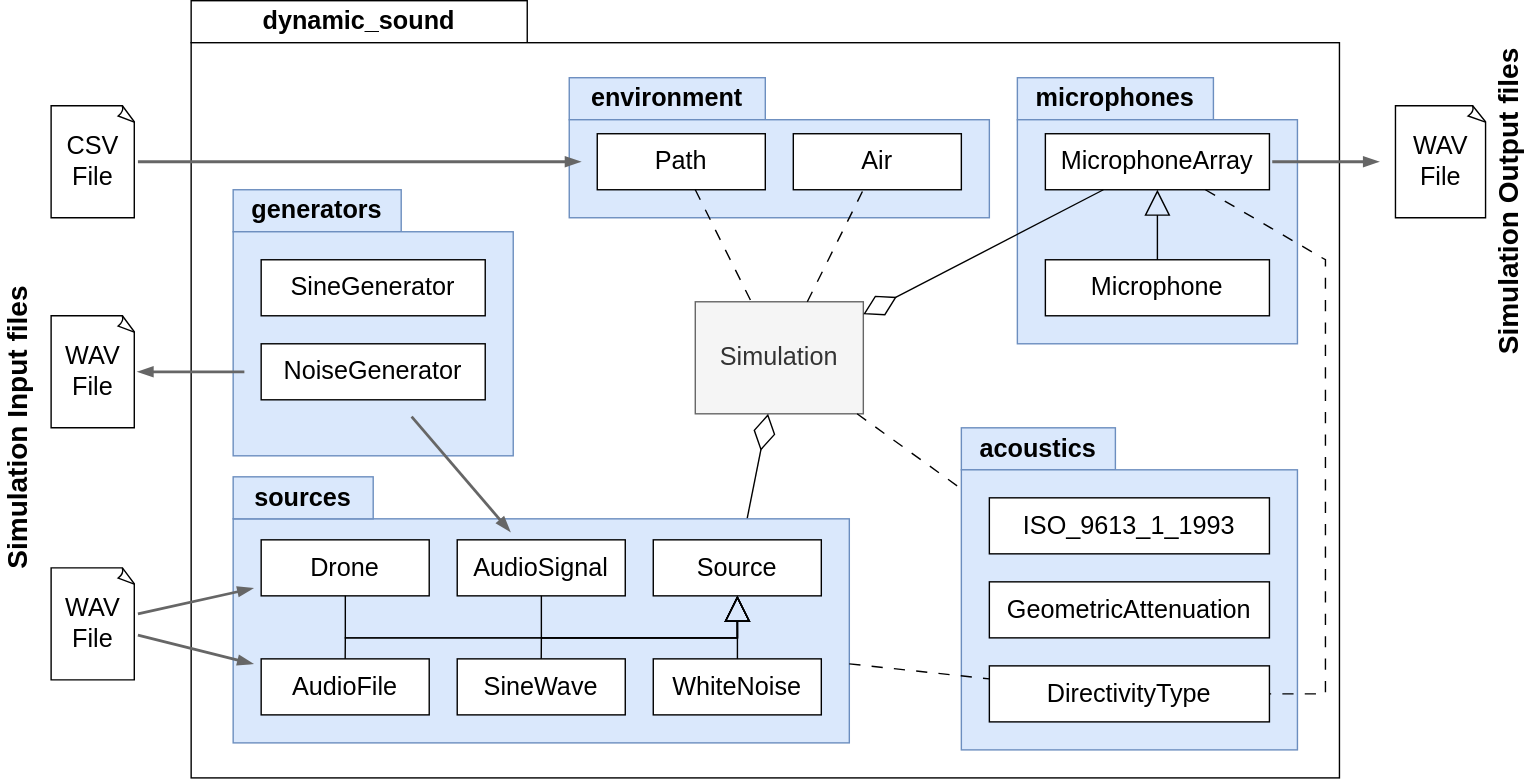
Before: docs/_static/img/uml_simplified.drawio.svg, a diagram exported from draw.io (vlsi-nanocomputing/dynamic-sound). Source tidied: cells renumbered, new cells last; positions are measured from the earlier drawing's top-left corner, leaving out a move shared by most shapes.
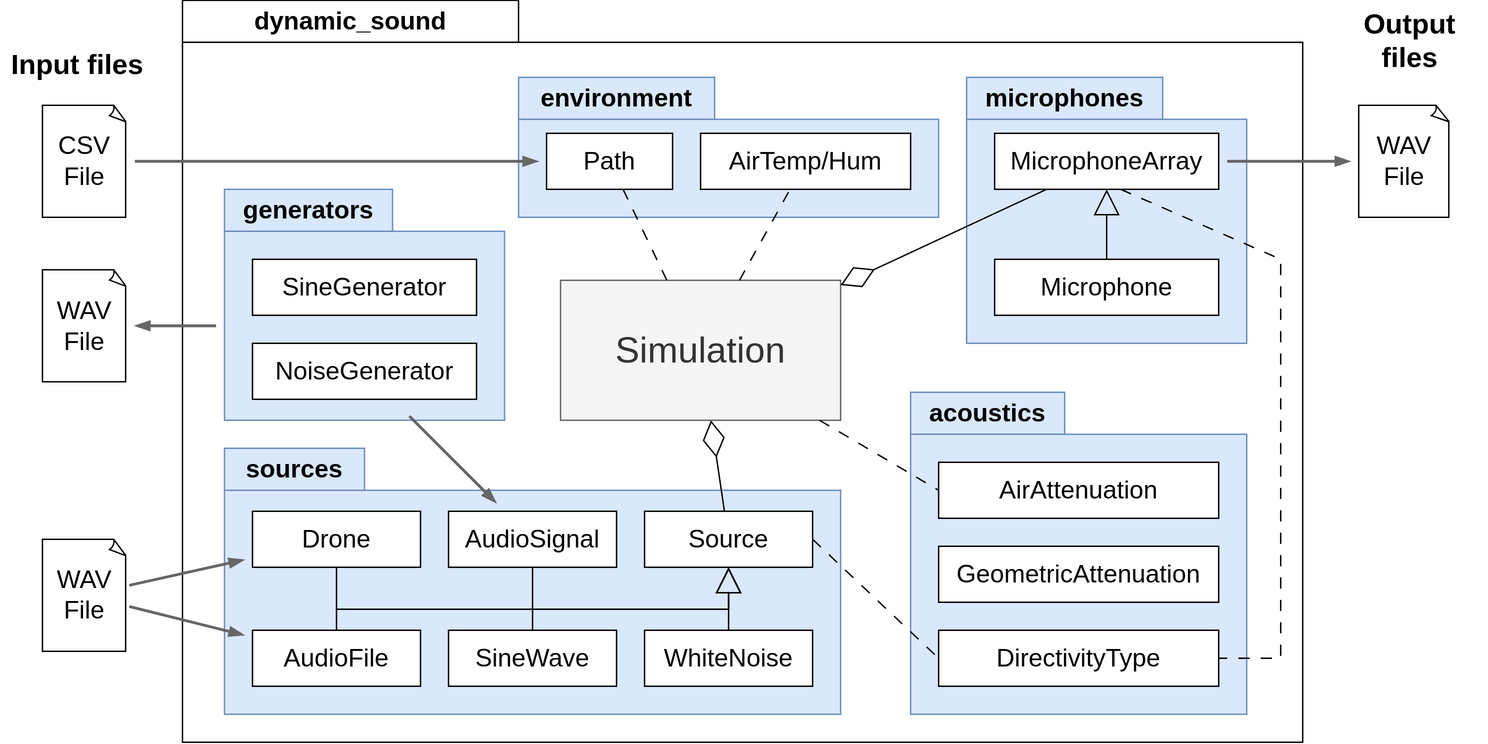
The same diagram one commit later.

What changed in the source:
```diff
@@ -2,72 +2,66 @@
   <root>
     <mxCell id="0" />
     <mxCell id="1" parent="0" />
-    <mxCell id="2" value="Simulation Output files" style="rounded=1;whiteSpace=wrap;html=1;dashed=1;strokeWidth=1;labelPosition=right;verticalLabelPosition=middle;align=left;verticalAlign=middle;fontSize=20;fontStyle=1;fillColor=none;strokeColor=none;horizontal=0;" parent="1" vertex="1">
-      <mxGeometry x="950" y="15" width="60" height="240" as="geometry" />
+    <mxCell id="2" value="Output files" style="rounded=1;whiteSpace=wrap;html=1;dashed=1;strokeWidth=1;labelPosition=center;verticalLabelPosition=top;align=center;verticalAlign=bottom;fontSize=20;fontStyle=1;fillColor=none;strokeColor=none;horizontal=1;" parent="1" vertex="1">
+      <mxGeometry x="920" y="55" width="112.5" height="195" as="geometry" />
     </mxCell>
-    <mxCell id="3" value="Simulation Input files" style="rounded=1;whiteSpace=wrap;html=1;dashed=1;strokeWidth=2;labelPosition=left;verticalLabelPosition=middle;align=center;verticalAlign=middle;fontSize=20;fontStyle=1;fillColor=none;strokeColor=none;horizontal=0;spacing=2;spacingTop=0;" parent="1" vertex="1">
-      <mxGeometry x="10" y="55" width="70" height="500" as="geometry" />
+    <mxCell id="3" value="Input files" style="rounded=1;whiteSpace=wrap;html=1;dashed=1;strokeWidth=2;labelPosition=center;verticalLabelPosition=top;align=center;verticalAlign=bottom;fontSize=20;fontStyle=1;fillColor=none;strokeColor=none;horizontal=1;spacing=2;spacingTop=0;" parent="1" vertex="1">
+      <mxGeometry x="-30" y="60" width="110" height="450" as="geometry" />
     </mxCell>
     <mxCell id="4" value="dynamic_sound" style="rounded=0;whiteSpace=wrap;html=1;fontSize=18;fontStyle=1;" parent="1" vertex="1">
       <mxGeometry x="100" width="240" height="30" as="geometry" />
     </mxCell>
     <mxCell id="5" style="rounded=0;whiteSpace=wrap;html=1;" parent="1" vertex="1">
-      <mxGeometry x="100" y="30" width="820" height="525" as="geometry" />
+      <mxGeometry x="100" y="30" width="800" height="500" as="geometry" />
     </mxCell>
     <mxCell id="6" value="environment" style="rounded=0;whiteSpace=wrap;html=1;fontSize=18;fontStyle=1;fillColor=#dae8fc;strokeColor=#6c8ebf;" parent="1" vertex="1">
-      <mxGeometry x="370" y="55" width="140" height="30" as="geometry" />
+      <mxGeometry x="340" y="55" width="140" height="30" as="geometry" />
     </mxCell>
     <mxCell id="7" style="rounded=0;whiteSpace=wrap;html=1;fontSize=18;fontStyle=1;fillColor=#dae8fc;strokeColor=#6c8ebf;" parent="1" vertex="1">
-      <mxGeometry x="370" y="85" width="300" height="70" as="geometry" />
+      <mxGeometry x="340" y="85" width="300" height="70" as="geometry" />
     </mxCell>
     <mxCell id="8" value="acoustics" style="rounded=0;whiteSpace=wrap;html=1;fontSize=18;fontStyle=1;fillColor=#dae8fc;strokeColor=#6c8ebf;" parent="1" vertex="1">
-      <mxGeometry x="650" y="305" width="110" height="30" as="geometry" />
+      <mxGeometry x="620" y="280" width="110" height="30" as="geometry" />
     </mxCell>
     <mxCell id="9" style="rounded=0;whiteSpace=wrap;html=1;fillColor=#dae8fc;strokeColor=#6c8ebf;" parent="1" vertex="1">
-      <mxGeometry x="650" y="335" width="240" height="200" as="geometry" />
+      <mxGeometry x="620" y="310" width="240" height="200" as="geometry" />
     </mxCell>
     <mxCell id="10" value="microphones" style="rounded=0;whiteSpace=wrap;html=1;fontSize=18;fontStyle=1;fillColor=#dae8fc;strokeColor=#6c8ebf;" parent="1" vertex="1">
-      <mxGeometry x="690" y="55" width="140" height="30" as="geometry" />
+      <mxGeometry x="660" y="55" width="140" height="30" as="geometry" />
     </mxCell>
     <mxCell id="11" style="rounded=0;whiteSpace=wrap;html=1;fillColor=#dae8fc;strokeColor=#6c8ebf;" parent="1" vertex="1">
-      <mxGeometry x="690" y="85" width="200" height="160" as="geometry" />
+      <mxGeometry x="660" y="85" width="200" height="160" as="geometry" />
     </mxCell>
     <mxCell id="12" value="generators" style="rounded=0;whiteSpace=wrap;html=1;fontSize=18;fontStyle=1;fillColor=#dae8fc;strokeColor=#6c8ebf;" parent="1" vertex="1">
       <mxGeometry x="130" y="135" width="120" height="30" as="geometry" />
     </mxCell>
     <mxCell id="13" style="rounded=0;whiteSpace=wrap;html=1;fillColor=#dae8fc;strokeColor=#6c8ebf;" parent="1" vertex="1">
-      <mxGeometry x="130" y="165" width="200" height="160" as="geometry" />
+      <mxGeometry x="130" y="165" width="200" height="135" as="geometry" />
     </mxCell>
-    <mxCell id="14" value="Simulation" style="rounded=0;whiteSpace=wrap;html=1;fontSize=18;fontStyle=0;fillColor=#f5f5f5;strokeColor=#666666;fontColor=#333333;" parent="1" vertex="1">
-      <mxGeometry x="460" y="215" width="120" height="80" as="geometry" />
+    <mxCell id="14" value="&lt;font style=&quot;font-size: 26px;&quot;&gt;Simulation&lt;/font&gt;" style="rounded=0;whiteSpace=wrap;html=1;fontSize=18;fontStyle=0;fillColor=#f5f5f5;strokeColor=#666666;fontColor=#333333;" parent="1" vertex="1">
+      <mxGeometry x="370" y="200" width="200" height="100" as="geometry" />
     </mxCell>
     <mxCell id="15" value="Microphone" style="rounded=0;whiteSpace=wrap;html=1;fontSize=18;fontStyle=0;" parent="1" vertex="1">
-      <mxGeometry x="710" y="185" width="160" height="40" as="geometry" />
+      <mxGeometry x="680" y="185" width="160" height="40" as="geometry" />
     </mxCell>
     <mxCell id="16" value="MicrophoneArray" style="rounded=0;whiteSpace=wrap;html=1;fontSize=18;fontStyle=0;" parent="1" vertex="1">
-      <mxGeometry x="710" y="95" width="160" height="40" as="geometry" />
+      <mxGeometry x="680" y="95" width="160" height="40" as="geometry" />
     </mxCell>
     <mxCell id="17" style="endArrow=block;endSize=16;endFill=0;html=1;rounded=0;" parent="1" edge="1" source="15" target="16">
       <mxGeometry x="-0.02" y="-29" relative="1" as="geometry" />
     </mxCell>
-    <mxCell id="18" value="ISO_9613_1_1993" style="rounded=0;whiteSpace=wrap;html=1;fontSize=18;fontStyle=0;" parent="1" vertex="1">
-      <mxGeometry x="670" y="355" width="200" height="40" as="geometry" />
+    <mxCell id="18" value="AirAttenuation" style="rounded=0;whiteSpace=wrap;html=1;fontSize=18;fontStyle=0;" parent="1" vertex="1">
+      <mxGeometry x="640" y="330" width="200" height="40" as="geometry" />
     </mxCell>
     <mxCell id="19" value="Path" style="rounded=0;whiteSpace=wrap;html=1;fontSize=18;fontStyle=0;" parent="1" vertex="1">
-      <mxGeometry x="390" y="95" width="120" height="40" as="geometry" />
+      <mxGeometry x="360" y="95" width="90" height="40" as="geometry" />
     </mxCell>
-    <mxCell id="20" value="Air" style="rounded=0;whiteSpace=wrap;html=1;fontSize=18;fontStyle=0;" parent="1" vertex="1">
-      <mxGeometry x="530" y="95" width="120" height="40" as="geometry" />
+    <mxCell id="20" value="AirTemp/Hum" style="rounded=0;whiteSpace=wrap;html=1;fontSize=18;fontStyle=0;" parent="1" vertex="1">
+      <mxGeometry x="470" y="95" width="150" height="40" as="geometry" />
     </mxCell>
-    <mxCell id="21" style="endArrow=none;endSize=12;html=1;rounded=0;endFill=0;dashed=1;dashPattern=8 8;" parent="1" edge="1" source="14" target="9">
-      <mxGeometry relative="1" as="geometry" />
-    </mxCell>
     <mxCell id="22" style="endArrow=none;startArrow=diamondThin;endFill=0;startFill=0;html=1;verticalAlign=bottom;labelBackgroundColor=none;strokeWidth=1;startSize=24;endSize=8;rounded=0;" parent="1" edge="1" source="14" target="16">
       <mxGeometry relative="1" as="geometry" />
     </mxCell>
-    <mxCell id="23" style="endArrow=none;startArrow=diamondThin;endFill=0;startFill=0;html=1;verticalAlign=bottom;labelBackgroundColor=none;strokeWidth=1;startSize=24;endSize=8;rounded=0;" parent="1" edge="1" source="14" target="35">
-      <mxGeometry relative="1" as="geometry" />
-    </mxCell>
     <mxCell id="24" style="endArrow=none;startArrow=none;endFill=0;startFill=0;html=1;verticalAlign=bottom;labelBackgroundColor=none;strokeWidth=1;startSize=24;endSize=8;rounded=0;dashed=1;dashPattern=8 8;" parent="1" edge="1" source="14" target="20">
       <mxGeometry relative="1" as="geometry" />
     </mxCell>
@@ -75,61 +69,61 @@
       <mxGeometry relative="1" as="geometry" />
     </mxCell>
     <mxCell id="26" value="WAV File" style="whiteSpace=wrap;html=1;shape=mxgraph.basic.document;fontSize=18;" parent="1" vertex="1">
-      <mxGeometry x="960" y="75" width="65" height="80" as="geometry" />
+      <mxGeometry x="940" y="75" width="65" height="80" as="geometry" />
     </mxCell>
     <mxCell id="27" value="&lt;font style=&quot;font-size: 18px;&quot;&gt;CSV File&lt;/font&gt;" style="whiteSpace=wrap;html=1;shape=mxgraph.basic.document;" parent="1" vertex="1">
       <mxGeometry y="75" width="60" height="80" as="geometry" />
     </mxCell>
-    <mxCell id="28" style="edgeStyle=orthogonalEdgeStyle;rounded=0;jettySize=auto;html=1;strokeWidth=2;endArrow=none;endFill=0;startArrow=blockThin;startFill=1;shape=pipe;targetPerimeterSpacing=2;sourcePerimeterSpacing=12;startSize=6;fillColor=#f5f5f5;strokeColor=#666666;" parent="1" edge="1" source="19" target="27">
+    <mxCell id="28" style="edgeStyle=orthogonalEdgeStyle;rounded=0;jettySize=auto;html=1;strokeWidth=2;endArrow=none;endFill=0;startArrow=blockThin;startFill=1;shape=pipe;targetPerimeterSpacing=6;sourcePerimeterSpacing=6;startSize=6;fillColor=#f5f5f5;strokeColor=#666666;" parent="1" edge="1" source="19" target="27">
       <mxGeometry relative="1" as="geometry" />
     </mxCell>
-    <mxCell id="29" style="rounded=0;jettySize=auto;html=1;strokeWidth=2;endArrow=none;endFill=0;startArrow=blockThin;startFill=1;fillColor=#f5f5f5;strokeColor=#666666;shape=pipe;targetPerimeterSpacing=2;sourcePerimeterSpacing=12;startSize=6;" parent="1" edge="1" source="26" target="16">
+    <mxCell id="29" style="rounded=0;jettySize=auto;html=1;strokeWidth=2;endArrow=none;endFill=0;startArrow=blockThin;startFill=1;fillColor=#f5f5f5;strokeColor=#666666;shape=pipe;targetPerimeterSpacing=6;sourcePerimeterSpacing=6;startSize=6;" parent="1" edge="1" source="26" target="16">
       <mxGeometry relative="1" as="geometry" />
     </mxCell>
     <mxCell id="30" style="rounded=0;whiteSpace=wrap;html=1;fillColor=#dae8fc;strokeColor=#6c8ebf;" parent="1" vertex="1">
-      <mxGeometry x="130" y="370" width="440" height="160" as="geometry" />
+      <mxGeometry x="130" y="350" width="440" height="160" as="geometry" />
     </mxCell>
     <mxCell id="31" value="sources" style="rounded=0;whiteSpace=wrap;html=1;fontSize=18;fontStyle=1;fillColor=#dae8fc;strokeColor=#6c8ebf;" parent="1" vertex="1">
-      <mxGeometry x="130" y="340" width="100" height="30" as="geometry" />
+      <mxGeometry x="130" y="320" width="100" height="30" as="geometry" />
     </mxCell>
     <mxCell id="32" value="WhiteNoise" style="rounded=0;whiteSpace=wrap;html=1;fontSize=18;fontStyle=0;" parent="1" vertex="1">
-      <mxGeometry x="430" y="470" width="120" height="40" as="geometry" />
+      <mxGeometry x="430" y="450" width="120" height="40" as="geometry" />
     </mxCell>
     <mxCell id="33" value="SineWave" style="rounded=0;whiteSpace=wrap;html=1;fontSize=18;fontStyle=0;" parent="1" vertex="1">
-      <mxGeometry x="290" y="470" width="120" height="40" as="geometry" />
+      <mxGeometry x="290" y="450" width="120" height="40" as="geometry" />
     </mxCell>
     <mxCell id="34" value="AudioFile" style="rounded=0;whiteSpace=wrap;html=1;fontSize=18;fontStyle=0;" parent="1" vertex="1">
-      <mxGeometry x="150" y="470" width="120" height="40" as="geometry" />
+      <mxGeometry x="150" y="450" width="120" height="40" as="geometry" />
     </mxCell>
     <mxCell id="35" value="Source" style="rounded=0;whiteSpace=wrap;html=1;fontSize=18;fontStyle=0;" parent="1" vertex="1">
-      <mxGeometry x="430" y="385" width="120" height="40" as="geometry" />
+      <mxGeometry x="430" y="365" width="120" height="40" as="geometry" />
     </mxCell>
     <mxCell id="36" style="endArrow=block;endSize=16;endFill=0;html=1;rounded=0;edgeStyle=orthogonalEdgeStyle;" parent="1" edge="1" source="32" target="35">
       <mxGeometry x="-0.02" y="-29" relative="1" as="geometry">
         <Array as="points">
-          <mxPoint x="490" y="455" />
-          <mxPoint x="490" y="455" />
+          <mxPoint x="490" y="435" />
+          <mxPoint x="490" y="435" />
         </Array>
       </mxGeometry>
     </mxCell>
     <mxCell id="37" style="endArrow=block;endSize=16;endFill=0;html=1;rounded=0;entryX=0.5;entryY=1;entryDx=0;entryDy=0;exitX=0.5;exitY=0;exitDx=0;exitDy=0;edgeStyle=orthogonalEdgeStyle;" parent="1" edge="1" source="33" target="35">
       <mxGeometry x="-0.02" y="-29" relative="1" as="geometry">
         <Array as="points">
-          <mxPoint x="350" y="455" />
-          <mxPoint x="490" y="455" />
+          <mxPoint x="350" y="435" />
+          <mxPoint x="490" y="435" />
         </Array>
       </mxGeometry>
     </mxCell>
     <mxCell id="38" style="endArrow=block;endSize=16;endFill=0;html=1;rounded=0;entryX=0.5;entryY=1;entryDx=0;entryDy=0;exitX=0.5;exitY=0;exitDx=0;exitDy=0;edgeStyle=orthogonalEdgeStyle;" parent="1" edge="1" source="34" target="35">
       <mxGeometry x="-0.02" y="-29" relative="1" as="geometry">
         <Array as="points">
-          <mxPoint x="210" y="455" />
-          <mxPoint x="490" y="455" />
+          <mxPoint x="210" y="435" />
+          <mxPoint x="490" y="435" />
         </Array>
       </mxGeometry>
     </mxCell>
     <mxCell id="39" value="WAV File" style="whiteSpace=wrap;html=1;shape=mxgraph.basic.document;fontSize=18;" parent="1" vertex="1">
-      <mxGeometry y="405" width="60" height="80" as="geometry" />
+      <mxGeometry y="385" width="60" height="80" as="geometry" />
     </mxCell>
     <mxCell id="40" style="rounded=0;jettySize=auto;html=1;strokeWidth=2;endArrow=none;endFill=0;startArrow=blockThin;startFill=1;fillColor=#f5f5f5;strokeColor=#666666;shape=pipe;targetPerimeterSpacing=2;sourcePerimeterSpacing=6;startSize=6;" parent="1" edge="1" source="34" target="39">
       <mxGeometry relative="1" as="geometry" />
@@ -141,30 +135,31 @@
       <mxGeometry x="150" y="185" width="160" height="40" as="geometry" />
     </mxCell>
     <mxCell id="43" value="WAV File" style="whiteSpace=wrap;html=1;shape=mxgraph.basic.document;fontSize=18;" parent="1" vertex="1">
-      <mxGeometry y="225" width="60" height="80" as="geometry" />
+      <mxGeometry y="192.5" width="60" height="80" as="geometry" />
     </mxCell>
-    <mxCell id="44" style="rounded=0;jettySize=auto;html=1;strokeWidth=2;endArrow=none;endFill=0;startArrow=blockThin;startFill=1;fillColor=#f5f5f5;strokeColor=#666666;shape=pipe;targetPerimeterSpacing=12;sourcePerimeterSpacing=2;startSize=6;anchorPointDirection=1;" parent="1" edge="1" source="43" target="41">
+    <mxCell id="44" style="rounded=0;jettySize=auto;html=1;strokeWidth=2;endArrow=none;endFill=0;startArrow=blockThin;startFill=1;fillColor=#f5f5f5;strokeColor=#666666;shape=pipe;targetPerimeterSpacing=6;sourcePerimeterSpacing=6;startSize=6;anchorPointDirection=1;" parent="1" edge="1" source="43" target="13">
       <mxGeometry relative="1" as="geometry" />
     </mxCell>
     <mxCell id="45" value="GeometricAttenuation" style="rounded=0;whiteSpace=wrap;html=1;fontSize=18;fontStyle=0;" parent="1" vertex="1">
-      <mxGeometry x="670" y="415" width="200" height="40" as="geometry" />
+      <mxGeometry x="640" y="390" width="200" height="40" as="geometry" />
     </mxCell>
     <mxCell id="46" value="DirectivityType" style="rounded=0;whiteSpace=wrap;html=1;fontSize=18;fontStyle=0;" parent="1" vertex="1">
-      <mxGeometry x="670" y="475" width="200" height="40" as="geometry" />
+      <mxGeometry x="640" y="450" width="200" height="40" as="geometry" />
     </mxCell>
-    <mxCell id="47" style="endArrow=none;endSize=12;html=1;rounded=0;endFill=0;dashed=1;dashPattern=8 8;" parent="1" edge="1" source="16" target="46">
+    <mxCell id="47" style="endArrow=none;endSize=12;html=1;rounded=0;endFill=0;dashed=1;dashPattern=8 8;entryX=1;entryY=0.5;entryDx=0;entryDy=0;" parent="1" edge="1" target="46">
       <mxGeometry relative="1" as="geometry">
+        <mxPoint x="770" y="135" as="sourcePoint" />
         <Array as="points">
-          <mxPoint x="910" y="185" />
-          <mxPoint x="910" y="495" />
+          <mxPoint x="884.3" y="185" />
+          <mxPoint x="884.3" y="470" />
         </Array>
       </mxGeometry>
     </mxCell>
-    <mxCell id="48" style="endArrow=none;endSize=12;html=1;rounded=0;endFill=0;dashed=1;dashPattern=8 8;" parent="1" edge="1" source="30" target="46">
+    <mxCell id="48" style="endArrow=none;endSize=12;html=1;rounded=0;endFill=0;dashed=1;dashPattern=8 8;exitX=1;exitY=0.5;exitDx=0;exitDy=0;entryX=0;entryY=0.5;entryDx=0;entryDy=0;" parent="1" edge="1" source="35" target="46">
       <mxGeometry relative="1" as="geometry" />
     </mxCell>
     <mxCell id="49" value="Drone" style="rounded=0;whiteSpace=wrap;html=1;fontSize=18;fontStyle=0;" parent="1" vertex="1">
-      <mxGeometry x="150" y="385" width="120" height="40" as="geometry" />
+      <mxGeometry x="150" y="365" width="120" height="40" as="geometry" />
     </mxCell>
     <mxCell id="50" style="rounded=0;jettySize=auto;html=1;strokeWidth=2;endArrow=none;endFill=0;startArrow=blockThin;startFill=1;fillColor=#f5f5f5;strokeColor=#666666;shape=pipe;targetPerimeterSpacing=12;sourcePerimeterSpacing=6;startSize=6;anchorPointDirection=1;" parent="1" edge="1" source="52" target="41">
       <mxGeometry relative="1" as="geometry" />
@@ -172,24 +167,30 @@
     <mxCell id="51" style="endArrow=block;endSize=16;endFill=0;html=1;rounded=0;edgeStyle=orthogonalEdgeStyle;" parent="1" edge="1" source="49" target="35">
       <mxGeometry x="-0.02" y="-29" relative="1" as="geometry">
         <Array as="points">
-          <mxPoint x="210" y="455" />
-          <mxPoint x="490" y="455" />
+          <mxPoint x="210" y="435" />
+          <mxPoint x="490" y="435" />
         </Array>
       </mxGeometry>
     </mxCell>
     <mxCell id="52" value="AudioSignal" style="rounded=0;whiteSpace=wrap;html=1;fontSize=18;fontStyle=0;" parent="1" vertex="1">
-      <mxGeometry x="290" y="385" width="120" height="40" as="geometry" />
+      <mxGeometry x="290" y="365" width="120" height="40" as="geometry" />
     </mxCell>
     <mxCell id="53" style="endArrow=block;endSize=16;endFill=0;html=1;rounded=0;edgeStyle=orthogonalEdgeStyle;" parent="1" edge="1" source="52" target="35">
       <mxGeometry x="-0.02" y="-29" relative="1" as="geometry">
         <Array as="points">
-          <mxPoint x="350" y="455" />
-          <mxPoint x="490" y="455" />
+          <mxPoint x="350" y="435" />
+          <mxPoint x="490" y="435" />
         </Array>
       </mxGeometry>
     </mxCell>
     <mxCell id="54" style="rounded=0;jettySize=auto;html=1;strokeWidth=2;endArrow=none;endFill=0;startArrow=blockThin;startFill=1;fillColor=#f5f5f5;strokeColor=#666666;shape=pipe;targetPerimeterSpacing=2;sourcePerimeterSpacing=6;startSize=6;" parent="1" edge="1" source="49" target="39">
       <mxGeometry relative="1" as="geometry" />
     </mxCell>
+    <mxCell id="23" style="endArrow=none;startArrow=diamondThin;endFill=0;startFill=0;html=1;verticalAlign=bottom;labelBackgroundColor=none;strokeWidth=1;startSize=24;endSize=8;rounded=0;" parent="1" edge="1" source="14" target="35">
+      <mxGeometry relative="1" as="geometry" />
+    </mxCell>
+    <mxCell id="21" style="endArrow=none;endSize=12;html=1;rounded=0;endFill=0;dashed=1;dashPattern=8 8;entryX=0;entryY=0.5;entryDx=0;entryDy=0;" parent="1" edge="1" source="14" target="18">
+      <mxGeometry relative="1" as="geometry" />
+    </mxCell>
   </root>
 </mxGraphModel>
```
